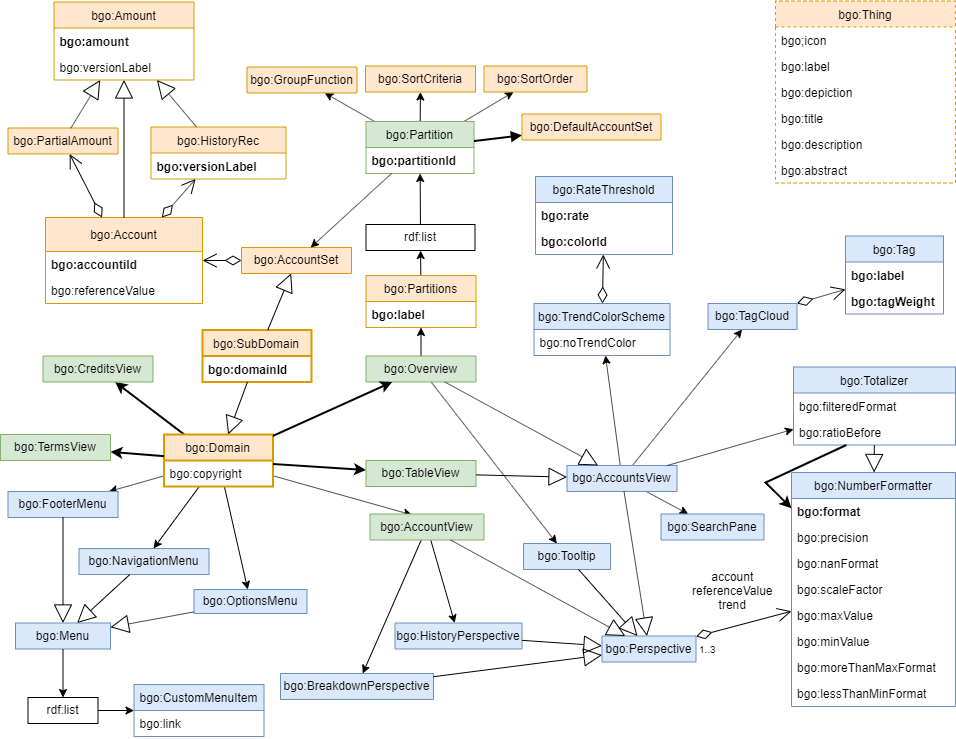
Before: v1/bgo/doc/uml-diagram.png, a diagram exported from draw.io (linkeddatacenter/LODMAP-ontologies). Source tidied: cells renumbered, new cells last; positions are measured from the earlier drawing's top-left corner, leaving out a move shared by most shapes.
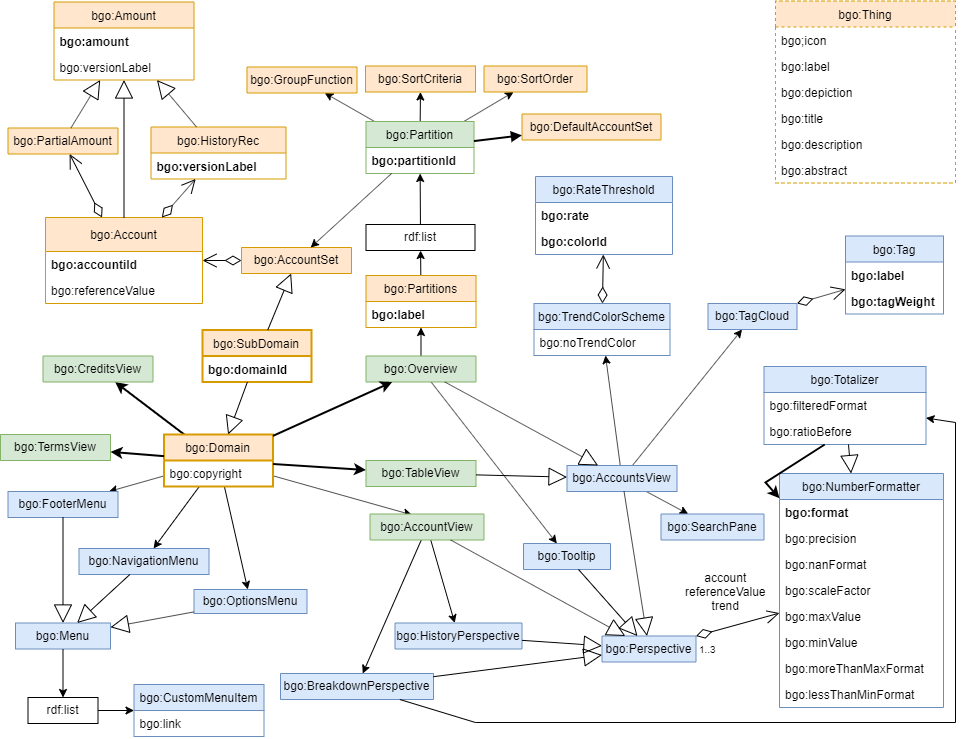
Later version of the same file.

Diff of the diagram source:
```diff
@@ -328,7 +328,7 @@
       <mxGeometry relative="1" as="geometry" />
     </mxCell>
     <mxCell id="107" value="bgo:NumberFormatter" style="swimlane;fontStyle=0;horizontal=1;startSize=26;fillColor=#dae8fc;swimlaneFillColor=#ffffff;strokeColor=#6c8ebf;" parent="1" vertex="1">
-      <mxGeometry x="791" y="472" width="164" height="234" as="geometry" />
+      <mxGeometry x="779" y="473" width="164" height="234" as="geometry" />
     </mxCell>
     <mxCell id="108" value="bgo:format" style="text;strokeColor=none;fillColor=none;align=left;verticalAlign=top;spacingLeft=4;spacingRight=4;overflow=hidden;fontStyle=1;" parent="107" vertex="1">
       <mxGeometry y="26" width="164" height="26" as="geometry" />
@@ -355,7 +355,7 @@
       <mxGeometry y="208" width="164" height="26" as="geometry" />
     </mxCell>
     <mxCell id="116" value="bgo:Totalizer" style="swimlane;fontStyle=0;horizontal=1;startSize=26;fillColor=#dae8fc;swimlaneFillColor=#ffffff;strokeColor=#6c8ebf;" parent="1" vertex="1">
-      <mxGeometry x="793" y="366.5" width="162" height="78" as="geometry" />
+      <mxGeometry x="763.5" y="366" width="162" height="78" as="geometry" />
     </mxCell>
     <mxCell id="117" value="bgo:filteredFormat" style="text;strokeColor=none;fillColor=none;align=left;verticalAlign=top;spacingLeft=4;spacingRight=4;overflow=hidden;fontStyle=0;" parent="116" vertex="1">
       <mxGeometry y="26" width="162" height="26" as="geometry" />
@@ -366,8 +366,14 @@
     <mxCell id="119" style="endArrow=block;endSize=16;endFill=0;html=1;" parent="1" edge="1" source="116" target="107">
       <mxGeometry relative="1" as="geometry" />
     </mxCell>
-    <mxCell id="120" style="edgeStyle=none;rounded=0;jettySize=auto;html=1;" parent="1" edge="1" source="54" target="116">
-      <mxGeometry relative="1" as="geometry" />
+    <mxCell id="120" style="edgeStyle=none;rounded=0;jettySize=auto;html=1;" parent="1" edge="1" source="103" target="116">
+      <mxGeometry relative="1" as="geometry">
+        <Array as="points">
+          <mxPoint x="475" y="722" />
+          <mxPoint x="955" y="722" />
+          <mxPoint x="955" y="422" />
+        </Array>
+      </mxGeometry>
     </mxCell>
     <mxCell id="121" value="bgo:Perspective" style="swimlane;fontStyle=0;horizontal=1;startSize=34;fillColor=#dae8fc;swimlaneFillColor=#ffffff;strokeColor=#6c8ebf;" parent="1" vertex="1" collapsed="1">
       <mxGeometry x="601.5" y="635.5" width="94" height="26" as="geometry" />
```
